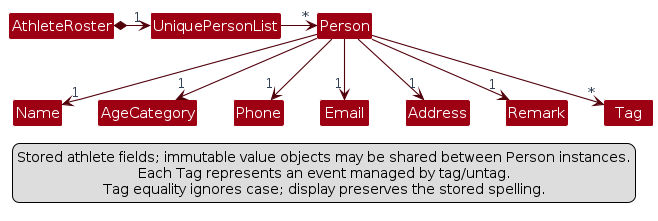
AY2627S1-CS2103T-T17-2/tp keeps this PlantUML diagram as diagrams/BetterModelClassDiagram.png. Above is the earlier version. Its source is kept beside it as diagrams/BetterModelClassDiagram.puml.
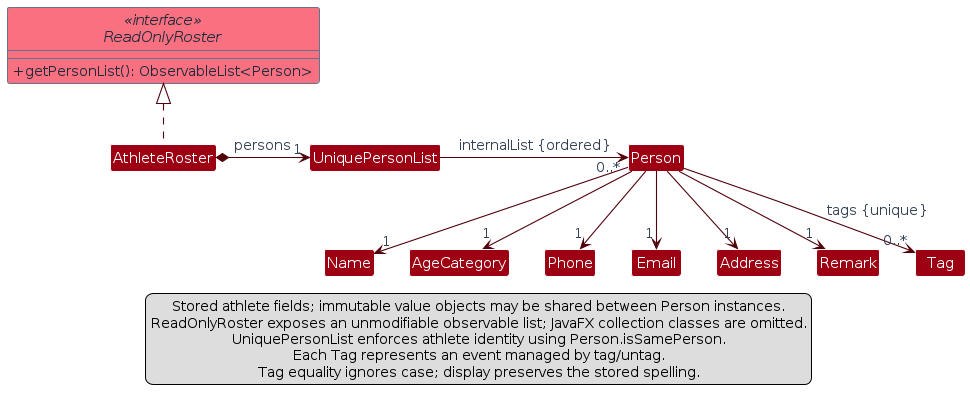
Above is the later version.

Change to the diagram source:
```diff
@@ -4,6 +4,10 @@
 skinparam linetype polyline
 skinparam arrowColor MODEL_COLOR_T4
 skinparam classBackgroundColor MODEL_COLOR
+interface ReadOnlyRoster <<interface>> MODEL_COLOR_T1 {
+  +getPersonList(): ObservableList<Person>
+}
+show ReadOnlyRoster members
 class AthleteRoster
 class UniquePersonList
 class Person
@@ -14,21 +18,24 @@
 class Address
 class Remark
 class Tag
-AthleteRoster *-right-> "1" UniquePersonList
-UniquePersonList -right-> "*" Person
+AthleteRoster .up.|> ReadOnlyRoster
+AthleteRoster *-right-> "1" UniquePersonList : persons
+UniquePersonList -right-> "0..*" Person : internalList {ordered}
 Person --> "1" Name
 Person --> "1" AgeCategory
 Person --> "1" Phone
 Person --> "1" Email
 Person --> "1" Address
 Person --> "1" Remark
-Person --> "*" Tag
+Person --> "0..*" Tag : tags {unique}
 Name -[hidden]right- AgeCategory
 AgeCategory -[hidden]right- Phone
 Email -[hidden]right- Address
 Address -[hidden]right- Remark
 legend bottom
   Stored athlete fields; immutable value objects may be shared between Person instances.
+  ReadOnlyRoster exposes an unmodifiable observable list; JavaFX collection classes are omitted.
+  UniquePersonList enforces athlete identity using Person.isSamePerson.
   Each Tag represents an event managed by tag/untag.
   Tag equality ignores case; display preserves the stored spelling.
 endlegend
```
